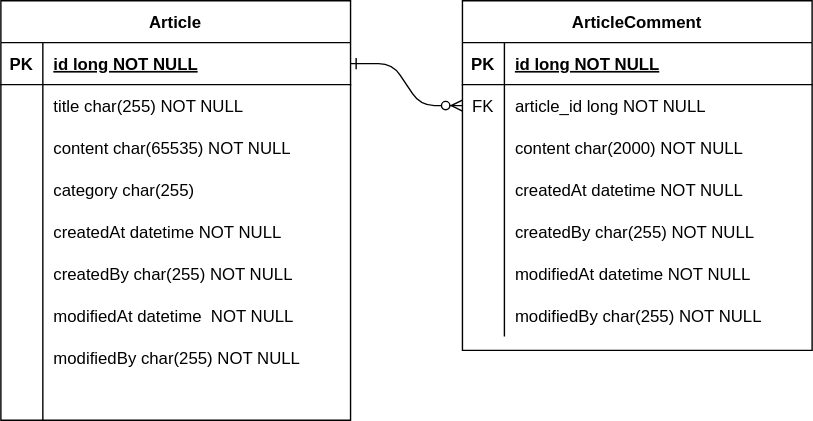
ksw13/bootmoa keeps this draw.io diagram as document/erd.svg. Above is the earlier version. Source tidied: cells renumbered, new cells last; positions are measured from the earlier drawing's top-left corner, leaving out a move shared by most shapes.
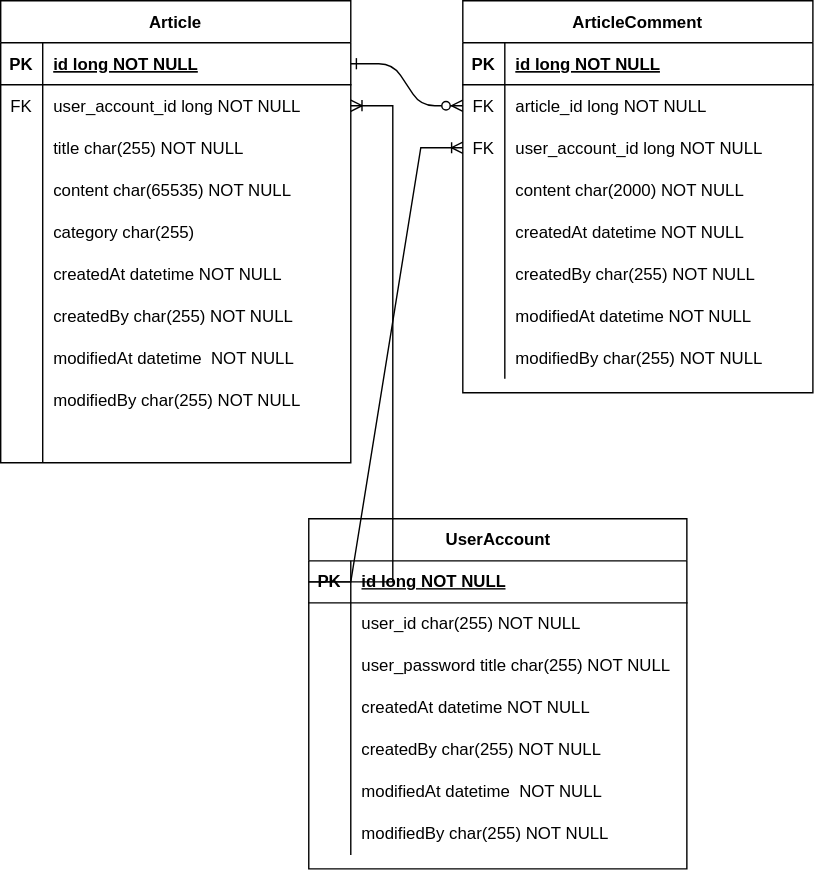
Later version of the same file.

Commit message:
docs: #10-userAccount erd 추가

Change to the diagram source:
```diff
@@ -6,7 +6,7 @@
       <mxGeometry relative="1" as="geometry" />
     </mxCell>
     <mxCell id="3" value="ArticleComment" style="shape=table;startSize=30;rowLines=0;fontStyle=1;align=center;" parent="1" vertex="1">
-      <mxGeometry x="330" width="250" height="250" as="geometry" />
+      <mxGeometry x="330" width="250" height="280" as="geometry" />
     </mxCell>
     <mxCell id="4" style="shape=partialRectangle;fillColor=none;top=0;left=0;right=0;bottom=1;" parent="3" vertex="1">
       <mxGeometry y="30" width="250" height="30" as="geometry" />
@@ -26,8 +26,17 @@
     <mxCell id="9" value="article_id long NOT NULL" style="shape=partialRectangle;overflow=hidden;fillColor=none;top=0;left=0;bottom=0;right=0;align=left;spacingLeft=6;" parent="7" vertex="1">
       <mxGeometry x="30" width="220" height="30" as="geometry" />
     </mxCell>
+    <mxCell id="53" style="shape=partialRectangle;fillColor=none;points=[[0,0.5],[1,0.5]];portConstraint=eastwest;top=0;left=0;right=0;bottom=0;" parent="3" vertex="1">
+      <mxGeometry y="90" width="250" height="30" as="geometry" />
+    </mxCell>
+    <mxCell id="54" value="FK" style="shape=partialRectangle;overflow=hidden;fillColor=none;top=0;left=0;bottom=0;right=0;" parent="53" vertex="1">
+      <mxGeometry width="30" height="30" as="geometry" />
+    </mxCell>
+    <mxCell id="55" value="user_account_id long NOT NULL" style="shape=partialRectangle;overflow=hidden;fillColor=none;top=0;left=0;bottom=0;right=0;align=left;spacingLeft=6;" parent="53" vertex="1">
+      <mxGeometry x="30" width="220" height="30" as="geometry" />
+    </mxCell>
     <mxCell id="10" style="shape=partialRectangle;fillColor=none;top=0;left=0;right=0;bottom=0;" parent="3" vertex="1">
-      <mxGeometry y="90" width="250" height="30" as="geometry" />
+      <mxGeometry y="120" width="250" height="30" as="geometry" />
     </mxCell>
     <mxCell id="11" style="shape=partialRectangle;overflow=hidden;fillColor=none;top=0;left=0;bottom=0;right=0;" parent="10" vertex="1">
       <mxGeometry width="30" height="30" as="geometry" />
@@ -36,7 +45,7 @@
       <mxGeometry x="30" width="220" height="30" as="geometry" />
     </mxCell>
     <mxCell id="13" style="shape=partialRectangle;fillColor=none;top=0;left=0;right=0;bottom=0;" parent="3" vertex="1">
-      <mxGeometry y="120" width="250" height="30" as="geometry" />
+      <mxGeometry y="150" width="250" height="30" as="geometry" />
     </mxCell>
     <mxCell id="14" style="shape=partialRectangle;overflow=hidden;fillColor=none;top=0;left=0;bottom=0;right=0;" parent="13" vertex="1">
       <mxGeometry width="30" height="30" as="geometry" />
@@ -45,7 +54,7 @@
       <mxGeometry x="30" width="220" height="30" as="geometry" />
     </mxCell>
     <mxCell id="16" style="shape=partialRectangle;fillColor=none;top=0;left=0;right=0;bottom=0;" parent="3" vertex="1">
-      <mxGeometry y="150" width="250" height="30" as="geometry" />
+      <mxGeometry y="180" width="250" height="30" as="geometry" />
     </mxCell>
     <mxCell id="17" style="shape=partialRectangle;overflow=hidden;fillColor=none;top=0;left=0;bottom=0;right=0;" parent="16" vertex="1">
       <mxGeometry width="30" height="30" as="geometry" />
@@ -54,7 +63,7 @@
       <mxGeometry x="30" width="220" height="30" as="geometry" />
     </mxCell>
     <mxCell id="19" style="shape=partialRectangle;fillColor=none;top=0;left=0;right=0;bottom=0;" parent="3" vertex="1">
-      <mxGeometry y="180" width="250" height="30" as="geometry" />
+      <mxGeometry y="210" width="250" height="30" as="geometry" />
     </mxCell>
     <mxCell id="20" style="shape=partialRectangle;overflow=hidden;fillColor=none;top=0;left=0;bottom=0;right=0;" parent="19" vertex="1">
       <mxGeometry width="30" height="30" as="geometry" />
@@ -63,7 +72,7 @@
       <mxGeometry x="30" width="220" height="30" as="geometry" />
     </mxCell>
     <mxCell id="22" style="shape=partialRectangle;fillColor=none;top=0;left=0;right=0;bottom=0;" parent="3" vertex="1">
-      <mxGeometry y="210" width="250" height="30" as="geometry" />
+      <mxGeometry y="240" width="250" height="30" as="geometry" />
     </mxCell>
     <mxCell id="23" style="shape=partialRectangle;overflow=hidden;fillColor=none;top=0;left=0;bottom=0;right=0;" parent="22" vertex="1">
       <mxGeometry width="30" height="30" as="geometry" />
@@ -72,7 +81,7 @@
       <mxGeometry x="30" width="220" height="30" as="geometry" />
     </mxCell>
     <mxCell id="25" value="Article" style="shape=table;startSize=30;rowLines=0;fontStyle=1;align=center;" parent="1" vertex="1">
-      <mxGeometry width="250" height="300" as="geometry" />
+      <mxGeometry width="250" height="330" as="geometry" />
     </mxCell>
     <mxCell id="26" style="shape=partialRectangle;fillColor=none;points=[[0,0.5],[1,0.5]];portConstraint=eastwest;top=0;left=0;right=0;bottom=1;" parent="25" vertex="1">
       <mxGeometry y="30" width="250" height="30" as="geometry" />
@@ -89,11 +98,20 @@
     <mxCell id="30" style="shape=partialRectangle;overflow=hidden;fillColor=none;top=0;left=0;bottom=0;right=0;" parent="29" vertex="1">
       <mxGeometry width="30" height="30" as="geometry" />
     </mxCell>
-    <mxCell id="31" value="title char(255) NOT NULL" style="shape=partialRectangle;overflow=hidden;fillColor=none;top=0;left=0;bottom=0;right=0;align=left;spacingLeft=6;" parent="29" vertex="1">
+    <mxCell id="31" value="user_account_id long NOT NULL" style="shape=partialRectangle;overflow=hidden;fillColor=none;top=0;left=0;bottom=0;right=0;align=left;spacingLeft=6;" parent="29" vertex="1">
       <mxGeometry x="30" width="220" height="30" as="geometry" />
     </mxCell>
+    <mxCell id="56" style="shape=partialRectangle;fillColor=none;top=0;left=0;right=0;bottom=0;" parent="25" vertex="1">
+      <mxGeometry y="90" width="250" height="30" as="geometry" />
+    </mxCell>
+    <mxCell id="57" style="shape=partialRectangle;overflow=hidden;fillColor=none;top=0;left=0;bottom=0;right=0;" parent="56" vertex="1">
+      <mxGeometry width="30" height="30" as="geometry" />
+    </mxCell>
+    <mxCell id="58" value="title char(255) NOT NULL" style="shape=partialRectangle;overflow=hidden;fillColor=none;top=0;left=0;bottom=0;right=0;align=left;spacingLeft=6;" parent="56" vertex="1">
+      <mxGeometry x="30" width="220" height="30" as="geometry" />
+    </mxCell>
     <mxCell id="32" style="shape=partialRectangle;fillColor=none;top=0;left=0;right=0;bottom=0;" parent="25" vertex="1">
-      <mxGeometry y="90" width="250" height="30" as="geometry" />
+      <mxGeometry y="120" width="250" height="30" as="geometry" />
     </mxCell>
     <mxCell id="33" style="shape=partialRectangle;overflow=hidden;fillColor=none;top=0;left=0;bottom=0;right=0;" parent="32" vertex="1">
       <mxGeometry width="30" height="30" as="geometry" />
@@ -102,7 +120,7 @@
       <mxGeometry x="30" width="220" height="30" as="geometry" />
     </mxCell>
     <mxCell id="35" style="shape=partialRectangle;fillColor=none;top=0;left=0;right=0;bottom=0;" parent="25" vertex="1">
-      <mxGeometry y="120" width="250" height="30" as="geometry" />
+      <mxGeometry y="150" width="250" height="30" as="geometry" />
     </mxCell>
     <mxCell id="36" style="shape=partialRectangle;overflow=hidden;fillColor=none;top=0;left=0;bottom=0;right=0;" parent="35" vertex="1">
       <mxGeometry width="30" height="30" as="geometry" />
@@ -111,7 +129,7 @@
       <mxGeometry x="30" width="220" height="30" as="geometry" />
     </mxCell>
     <mxCell id="38" style="shape=partialRectangle;fillColor=none;top=0;left=0;right=0;bottom=0;" parent="25" vertex="1">
-      <mxGeometry y="150" width="250" height="30" as="geometry" />
+      <mxGeometry y="180" width="250" height="30" as="geometry" />
     </mxCell>
     <mxCell id="39" style="shape=partialRectangle;overflow=hidden;fillColor=none;top=0;left=0;bottom=0;right=0;" parent="38" vertex="1">
       <mxGeometry width="30" height="30" as="geometry" />
@@ -120,7 +138,7 @@
       <mxGeometry x="30" width="220" height="30" as="geometry" />
     </mxCell>
     <mxCell id="41" style="shape=partialRectangle;fillColor=none;top=0;left=0;right=0;bottom=0;" parent="25" vertex="1">
-      <mxGeometry y="180" width="250" height="30" as="geometry" />
+      <mxGeometry y="210" width="250" height="30" as="geometry" />
     </mxCell>
     <mxCell id="42" style="shape=partialRectangle;overflow=hidden;fillColor=none;top=0;left=0;bottom=0;right=0;" parent="41" vertex="1">
       <mxGeometry width="30" height="30" as="geometry" />
@@ -129,7 +147,7 @@
       <mxGeometry x="30" width="220" height="30" as="geometry" />
     </mxCell>
     <mxCell id="44" style="shape=partialRectangle;fillColor=none;top=0;left=0;right=0;bottom=0;" parent="25" vertex="1">
-      <mxGeometry y="210" width="250" height="30" as="geometry" />
+      <mxGeometry y="240" width="250" height="30" as="geometry" />
     </mxCell>
     <mxCell id="45" style="shape=partialRectangle;overflow=hidden;fillColor=none;top=0;left=0;bottom=0;right=0;" parent="44" vertex="1">
       <mxGeometry width="30" height="30" as="geometry" />
@@ -138,7 +156,7 @@
       <mxGeometry x="30" width="220" height="30" as="geometry" />
     </mxCell>
     <mxCell id="47" style="shape=partialRectangle;fillColor=none;top=0;left=0;right=0;bottom=0;" parent="25" vertex="1">
-      <mxGeometry y="240" width="250" height="30" as="geometry" />
+      <mxGeometry y="270" width="250" height="30" as="geometry" />
     </mxCell>
     <mxCell id="48" style="shape=partialRectangle;overflow=hidden;fillColor=none;top=0;left=0;bottom=0;right=0;" parent="47" vertex="1">
       <mxGeometry width="30" height="30" as="geometry" />
@@ -147,7 +165,7 @@
       <mxGeometry x="30" width="220" height="30" as="geometry" />
     </mxCell>
     <mxCell id="50" style="shape=partialRectangle;fillColor=none;top=0;left=0;right=0;bottom=0;" parent="25" vertex="1">
-      <mxGeometry y="270" width="250" height="30" as="geometry" />
+      <mxGeometry y="300" width="250" height="30" as="geometry" />
     </mxCell>
     <mxCell id="51" style="shape=partialRectangle;overflow=hidden;fillColor=none;top=0;left=0;bottom=0;right=0;" parent="50" vertex="1">
       <mxGeometry width="30" height="30" as="geometry" />
@@ -155,5 +173,90 @@
     <mxCell id="52" style="shape=partialRectangle;overflow=hidden;fillColor=none;top=0;left=0;bottom=0;right=0;align=left;spacingLeft=6;" parent="50" vertex="1">
       <mxGeometry x="30" width="220" height="30" as="geometry" />
     </mxCell>
+    <mxCell id="59" value="UserAccount" style="shape=table;startSize=30;rowLines=0;fontStyle=1;align=center;html=1;" parent="1" vertex="1">
+      <mxGeometry x="220" y="370" width="270" height="250" as="geometry" />
+    </mxCell>
+    <mxCell id="60" style="shape=tableRow;horizontal=0;startSize=0;swimlaneHead=0;swimlaneBody=0;fillColor=none;points=[[0,0.5],[1,0.5]];portConstraint=eastwest;top=0;left=0;right=0;bottom=1;" parent="59" vertex="1">
+      <mxGeometry y="30" width="270" height="30" as="geometry" />
+    </mxCell>
+    <mxCell id="61" value="PK" style="shape=partialRectangle;fillColor=none;top=0;left=0;bottom=0;right=0;fontStyle=1;overflow=hidden;whiteSpace=wrap;html=1;" parent="60" vertex="1">
+      <mxGeometry width="30" height="30" as="geometry" />
+    </mxCell>
+    <mxCell id="62" value="id long NOT NULL" style="shape=partialRectangle;fillColor=none;top=0;left=0;bottom=0;right=0;align=left;spacingLeft=6;fontStyle=5;overflow=hidden;whiteSpace=wrap;html=1;" parent="60" vertex="1">
+      <mxGeometry x="30" width="240" height="30" as="geometry" />
+    </mxCell>
+    <mxCell id="63" style="shape=tableRow;horizontal=0;startSize=0;swimlaneHead=0;swimlaneBody=0;fillColor=none;top=0;left=0;right=0;bottom=0;" parent="59" vertex="1">
+      <mxGeometry y="60" width="270" height="30" as="geometry" />
+    </mxCell>
+    <mxCell id="64" style="shape=partialRectangle;fillColor=none;top=0;left=0;bottom=0;right=0;overflow=hidden;whiteSpace=wrap;html=1;" parent="63" vertex="1">
+      <mxGeometry width="30" height="30" as="geometry" />
+    </mxCell>
+    <mxCell id="65" value="user_id char(255) NOT NULL" style="shape=partialRectangle;fillColor=none;top=0;left=0;bottom=0;right=0;align=left;spacingLeft=6;overflow=hidden;whiteSpace=wrap;html=1;" parent="63" vertex="1">
+      <mxGeometry x="30" width="240" height="30" as="geometry" />
+    </mxCell>
+    <mxCell id="66" style="shape=tableRow;horizontal=0;startSize=0;swimlaneHead=0;swimlaneBody=0;fillColor=none;top=0;left=0;right=0;bottom=0;" parent="59" vertex="1">
+      <mxGeometry y="90" width="270" height="30" as="geometry" />
+    </mxCell>
+    <mxCell id="67" style="shape=partialRectangle;fillColor=none;top=0;left=0;bottom=0;right=0;overflow=hidden;whiteSpace=wrap;html=1;" parent="66" vertex="1">
+      <mxGeometry width="30" height="30" as="geometry" />
+    </mxCell>
+    <mxCell id="68" value="user_password&amp;nbsp;title char(255) NOT NULL" style="shape=partialRectangle;fillColor=none;top=0;left=0;bottom=0;right=0;align=left;spacingLeft=6;overflow=hidden;whiteSpace=wrap;html=1;" parent="66" vertex="1">
+      <mxGeometry x="30" width="240" height="30" as="geometry" />
+    </mxCell>
+    <mxCell id="69" style="shape=tableRow;horizontal=0;startSize=0;swimlaneHead=0;swimlaneBody=0;fillColor=none;top=0;left=0;right=0;bottom=0;" parent="59" vertex="1">
+      <mxGeometry y="120" width="270" height="30" as="geometry" />
+    </mxCell>
+    <mxCell id="70" style="shape=partialRectangle;fillColor=none;top=0;left=0;bottom=0;right=0;overflow=hidden;whiteSpace=wrap;html=1;" parent="69" vertex="1">
+      <mxGeometry width="30" height="30" as="geometry" />
+    </mxCell>
+    <mxCell id="71" value="createdAt datetime NOT NULL" style="shape=partialRectangle;fillColor=none;top=0;left=0;bottom=0;right=0;align=left;spacingLeft=6;overflow=hidden;whiteSpace=wrap;html=1;" parent="69" vertex="1">
+      <mxGeometry x="30" width="240" height="30" as="geometry" />
+    </mxCell>
+    <mxCell id="72" style="shape=tableRow;horizontal=0;startSize=0;swimlaneHead=0;swimlaneBody=0;fillColor=none;top=0;left=0;right=0;bottom=0;" parent="59" vertex="1">
+      <mxGeometry y="150" width="270" height="30" as="geometry" />
+    </mxCell>
+    <mxCell id="73" style="shape=partialRectangle;fillColor=none;top=0;left=0;bottom=0;right=0;overflow=hidden;whiteSpace=wrap;html=1;" parent="72" vertex="1">
+      <mxGeometry width="30" height="30" as="geometry" />
+    </mxCell>
+    <mxCell id="74" value="createdBy char(255) NOT NULL" style="shape=partialRectangle;fillColor=none;top=0;left=0;bottom=0;right=0;align=left;spacingLeft=6;overflow=hidden;whiteSpace=wrap;html=1;" parent="72" vertex="1">
+      <mxGeometry x="30" width="240" height="30" as="geometry" />
+    </mxCell>
+    <mxCell id="75" style="shape=tableRow;horizontal=0;startSize=0;swimlaneHead=0;swimlaneBody=0;fillColor=none;top=0;left=0;right=0;bottom=0;" parent="59" vertex="1">
+      <mxGeometry y="180" width="270" height="30" as="geometry" />
+    </mxCell>
+    <mxCell id="76" style="shape=partialRectangle;fillColor=none;top=0;left=0;bottom=0;right=0;overflow=hidden;whiteSpace=wrap;html=1;" parent="75" vertex="1">
+      <mxGeometry width="30" height="30" as="geometry" />
+    </mxCell>
+    <mxCell id="77" value="modifiedAt datetime&amp;nbsp;&amp;nbsp;NOT NULL" style="shape=partialRectangle;fillColor=none;top=0;left=0;bottom=0;right=0;align=left;spacingLeft=6;overflow=hidden;whiteSpace=wrap;html=1;" parent="75" vertex="1">
+      <mxGeometry x="30" width="240" height="30" as="geometry" />
+    </mxCell>
+    <mxCell id="78" style="shape=tableRow;horizontal=0;startSize=0;swimlaneHead=0;swimlaneBody=0;fillColor=none;top=0;left=0;right=0;bottom=0;" parent="59" vertex="1">
+      <mxGeometry y="210" width="270" height="30" as="geometry" />
+    </mxCell>
+    <mxCell id="79" style="shape=partialRectangle;fillColor=none;top=0;left=0;bottom=0;right=0;overflow=hidden;whiteSpace=wrap;html=1;" parent="78" vertex="1">
+      <mxGeometry width="30" height="30" as="geometry" />
+    </mxCell>
+    <mxCell id="80" value="modifiedBy char(255) NOT NULL" style="shape=partialRectangle;fillColor=none;top=0;left=0;bottom=0;right=0;align=left;spacingLeft=6;overflow=hidden;whiteSpace=wrap;html=1;" parent="78" vertex="1">
+      <mxGeometry x="30" width="240" height="30" as="geometry" />
+    </mxCell>
+    <mxCell id="81" style="edgeStyle=entityRelationEdgeStyle;fontSize=12;html=1;endArrow=ERoneToMany;rounded=0;exitX=0;exitY=0.5;exitDx=0;exitDy=0;entryX=0;entryY=0.5;entryDx=0;entryDy=0;strokeColor=default;jumpStyle=none;" parent="1" edge="1" source="60" target="53">
+      <mxGeometry relative="1" as="geometry">
+        <Array as="points">
+          <mxPoint x="290" y="250" />
+          <mxPoint x="260" y="230" />
+          <mxPoint x="250" y="260" />
+          <mxPoint x="310" y="310" />
+          <mxPoint x="280" y="280" />
+          <mxPoint x="280" y="280" />
+          <mxPoint x="280" y="270" />
+        </Array>
+      </mxGeometry>
+    </mxCell>
+    <mxCell id="82" value="FK" style="shape=partialRectangle;overflow=hidden;fillColor=none;top=0;left=0;bottom=0;right=0;" parent="1" vertex="1">
+      <mxGeometry y="60" width="30" height="30" as="geometry" />
+    </mxCell>
+    <mxCell id="83" style="edgeStyle=entityRelationEdgeStyle;fontSize=12;html=1;endArrow=ERoneToMany;rounded=0;exitX=0;exitY=0.5;exitDx=0;exitDy=0;" parent="1" edge="1" source="60" target="29">
+      <mxGeometry relative="1" as="geometry" />
+    </mxCell>
   </root>
 </mxGraphModel>
```
